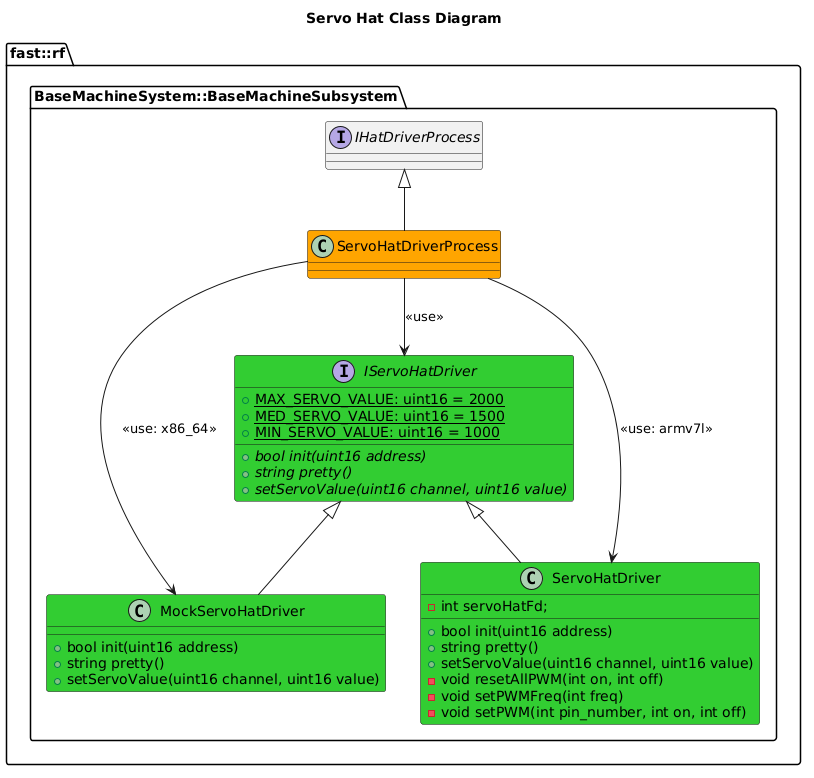
The PlantUML diagram Systems/BaseMachine/Subsystems/BaseMachine/Processes/HatDriver/doc/ProcessImplementations/puml/ServoHatClassDiagram.png in fastrobotics/robot_framework, before a commit.
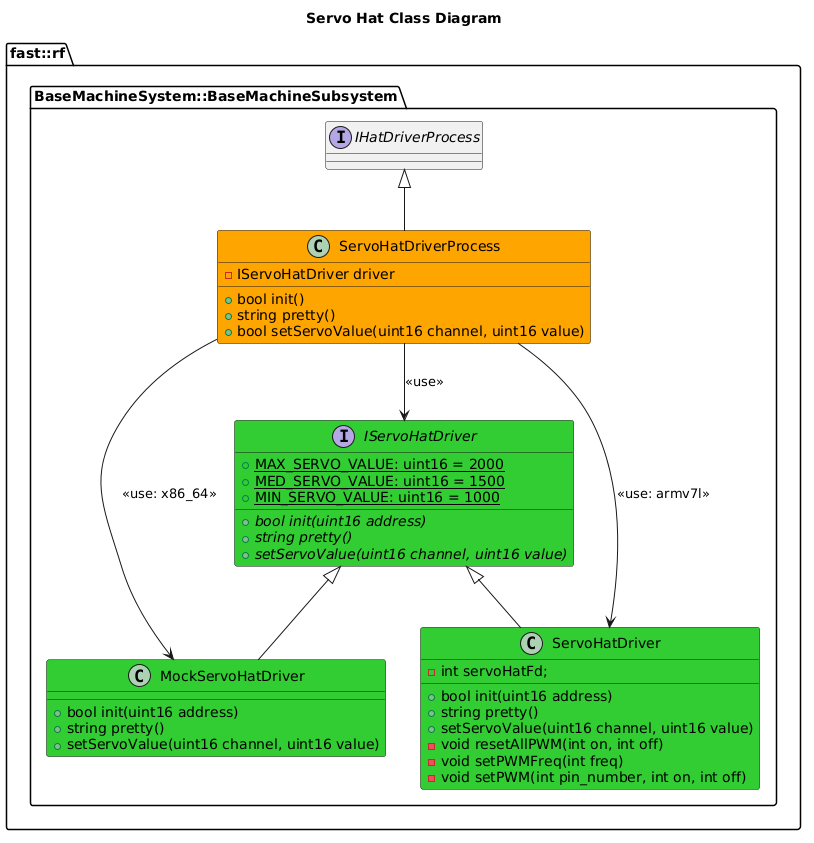
The same file after the commit.

Diff of the diagram source:
```diff
@@ -32,6 +32,10 @@
         MockServoHatDriver -up-|> IServoHatDriver
 
         class ServoHatDriverProcess #Orange {
+            +bool init()
+            +string pretty()
+            +bool setServoValue(uint16 channel, uint16 value)
+            -IServoHatDriver driver
 
         }
         ServoHatDriverProcess -up-|> IHatDriverProcess
```
